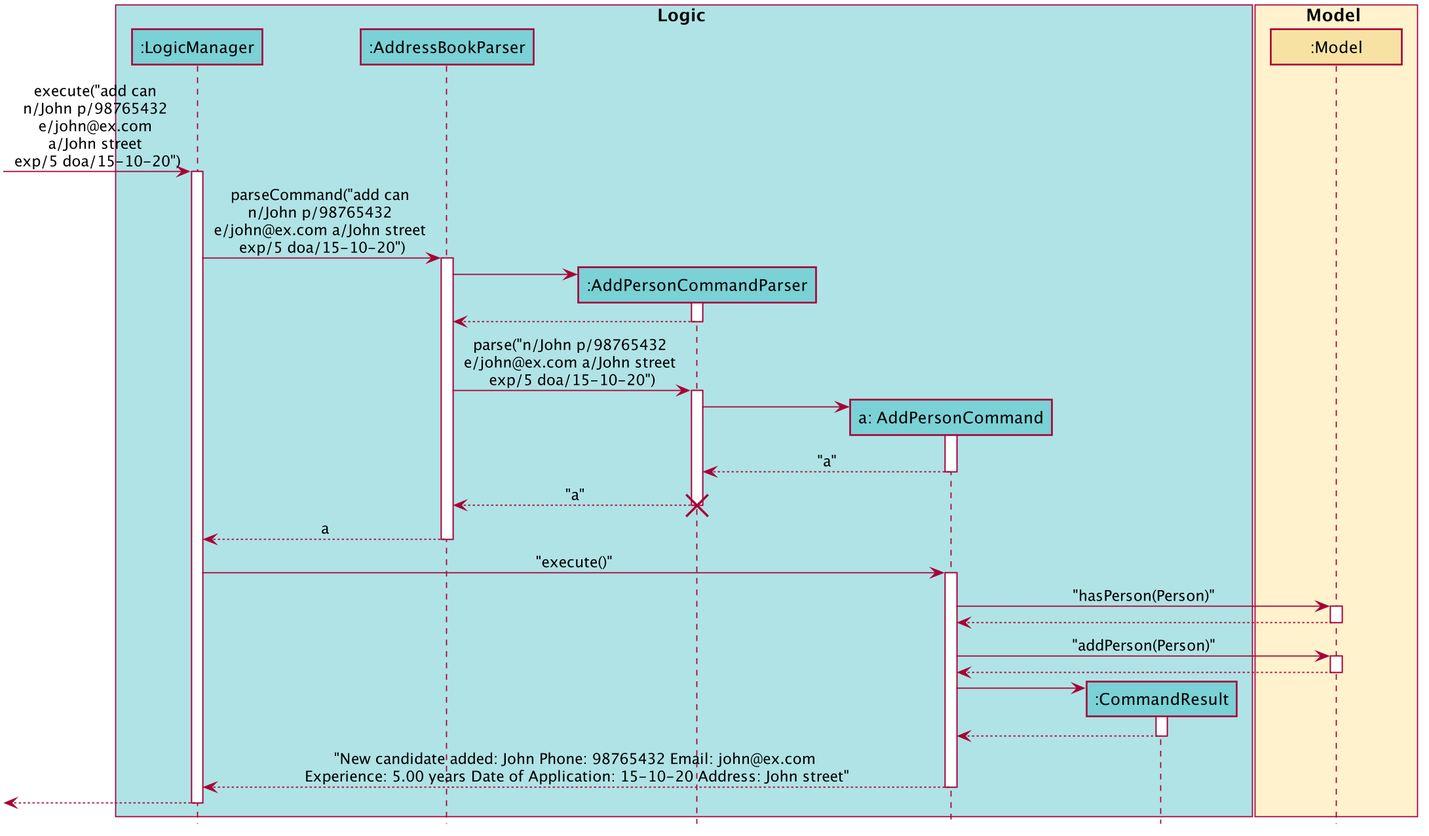
vanGoghhh/tp keeps this PlantUML diagram as docs/images/AddSequenceDiagram.png. Above is the earlier version.
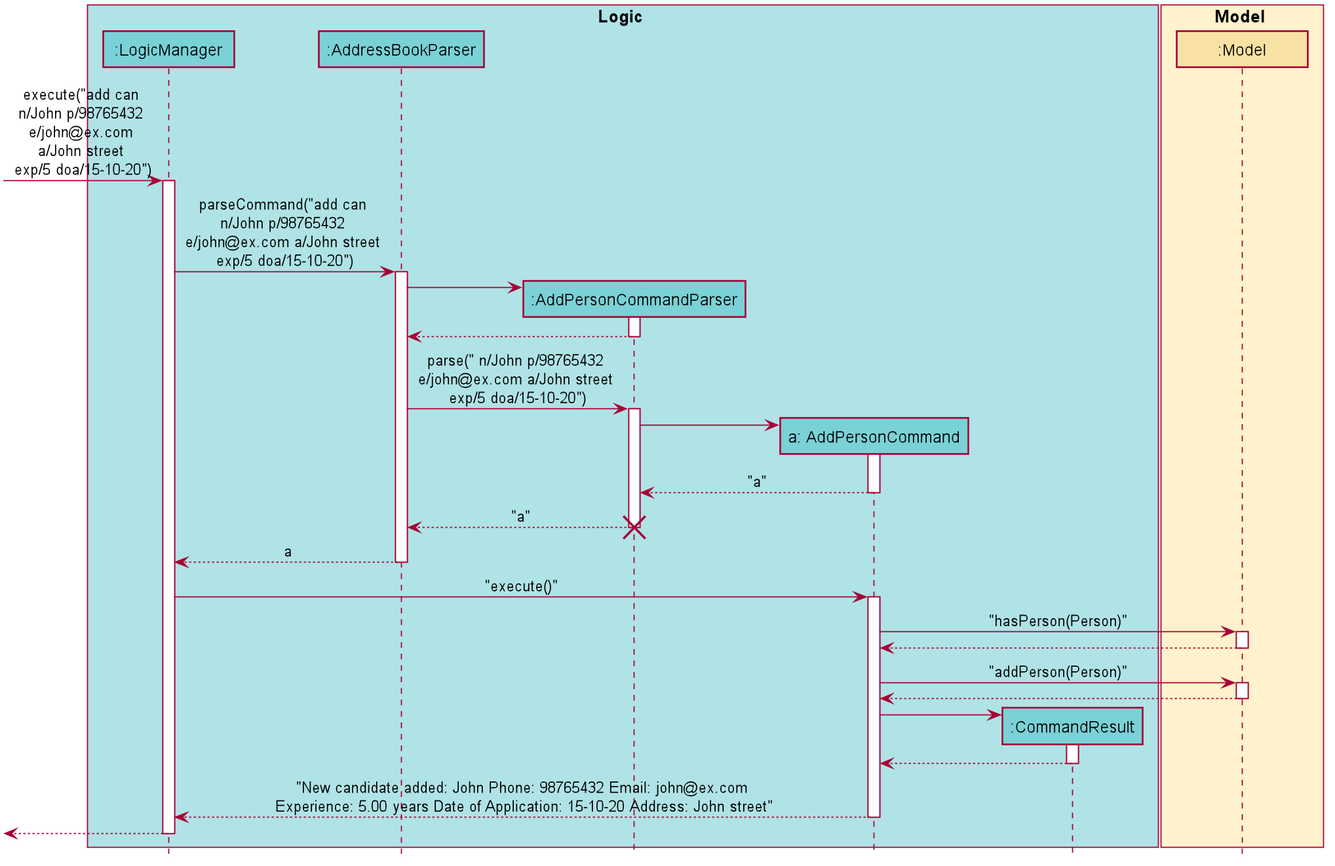
After the change.

Change to the diagram source:
```diff
@@ -76,7 +76,7 @@
 AddPersonCommandParser --> AddressBookParser
 deactivate AddPersonCommandParser
 
-AddressBookParser -> AddPersonCommandParser : parse("n/John p/98765432 \ne/john@ex.com a/John street \nexp/5 doa/15-10-20")
+AddressBookParser -> AddPersonCommandParser : parse(" n/John p/98765432 \ne/john@ex.com a/John street \nexp/5 doa/15-10-20")
 activate AddPersonCommandParser
 
 create AddPersonCommand
```
